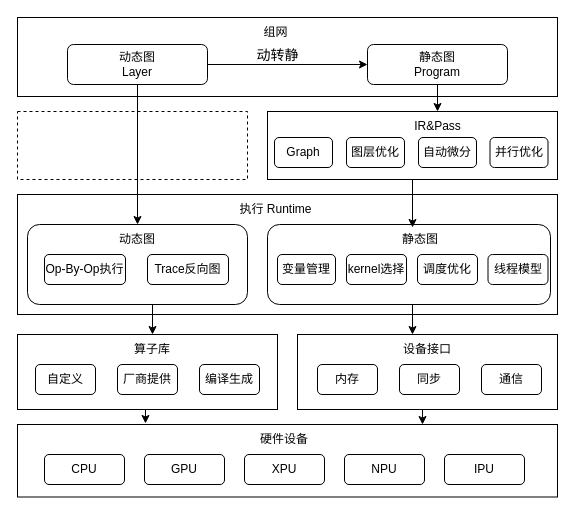
Above: paddle.drawio in zhiqiu/digrams (draw.io), before the change. Source tidied: cells renumbered, new cells numbered last; positions are measured from the earlier drawing's top-left corner, leaving out a move shared by most shapes. Both pictures are drawn from the tidied source at 100%, with x=0, y=0 at pixel (17, 17).
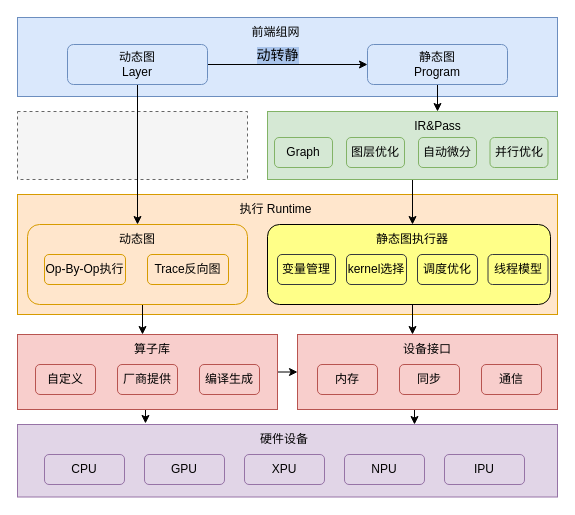
Above is the later version.

Unchanged cells that the change refers to:
```xml
<mxCell id="6" value="算子库" style="text;html=1;strokeColor=none;fillColor=none;align=center;verticalAlign=middle;whiteSpace=wrap;rounded=0;" parent="1" vertex="1">
  <mxGeometry x="105" y="317" width="60" height="30" as="geometry" />
</mxCell>
<mxCell id="38" style="edgeStyle=orthogonalEdgeStyle;rounded=0;jettySize=auto;html=1;exitX=1;exitY=0.5;exitDx=0;exitDy=0;entryX=0;entryY=0.5;entryDx=0;entryDy=0;" parent="1" edge="1" source="41" target="43">
  <mxGeometry relative="1" as="geometry" />
</mxCell>
```

Diff of the diagram source:
```diff
@@
-    <mxCell id="2" style="rounded=0;whiteSpace=wrap;html=1;dashed=1;" parent="1" vertex="1">
+    <mxCell id="2" style="rounded=0;whiteSpace=wrap;html=1;dashed=1;fillColor=#f5f5f5;fontColor=#333333;strokeColor=#666666;" parent="1" vertex="1">
       <mxGeometry y="94" width="230" height="68" as="geometry" />
     </mxCell>
-    <mxCell id="3" style="rounded=0;whiteSpace=wrap;html=1;" parent="1" vertex="1">
+    <mxCell id="3" style="rounded=0;whiteSpace=wrap;html=1;fillColor=#e1d5e7;strokeColor=#9673a6;" parent="1" vertex="1">
       <mxGeometry y="407" width="540" height="72.5" as="geometry" />
     </mxCell>
@@
+    <mxCell id="51" style="edgeStyle=orthogonalEdgeStyle;rounded=0;jettySize=auto;html=1;exitX=1;exitY=0.5;exitDx=0;exitDy=0;entryX=0;entryY=0.5;entryDx=0;entryDy=0;fontSize=14;" parent="1" edge="1" source="5" target="10">
+      <mxGeometry relative="1" as="geometry" />
+    </mxCell>
-    <mxCell id="5" style="rounded=0;whiteSpace=wrap;html=1;" parent="1" vertex="1">
+    <mxCell id="5" style="rounded=0;whiteSpace=wrap;html=1;fillColor=#f8cecc;strokeColor=#b85450;" parent="1" vertex="1">
       <mxGeometry y="317" width="260" height="75" as="geometry" />
     </mxCell>
@@
-    <mxCell id="7" style="rounded=0;whiteSpace=wrap;html=1;" parent="1" vertex="1">
+    <mxCell id="7" style="rounded=0;whiteSpace=wrap;html=1;fillColor=#ffe6cc;strokeColor=#d79b00;" parent="1" vertex="1">
       <mxGeometry y="177" width="540" height="120" as="geometry" />
     </mxCell>
@@
-    <mxCell id="9" style="edgeStyle=orthogonalEdgeStyle;rounded=0;jettySize=auto;html=1;exitX=0.5;exitY=1;exitDx=0;exitDy=0;entryX=0.75;entryY=0;entryDx=0;entryDy=0;fontSize=14;" parent="1" edge="1" source="10" target="3">
-      <mxGeometry relative="1" as="geometry" />
+    <mxCell id="9" style="edgeStyle=orthogonalEdgeStyle;rounded=0;orthogonalLoop=1;jettySize=auto;html=1;exitX=0.5;exitY=1;exitDx=0;exitDy=0;entryX=0.75;entryY=0;entryDx=0;entryDy=0;fontSize=14;" parent="1" edge="1">
+      <mxGeometry relative="1" as="geometry">
+        <mxPoint x="402" y="392" as="sourcePoint" />
+        <mxPoint x="397" y="407" as="targetPoint" />
+      </mxGeometry>
     </mxCell>
-    <mxCell id="10" style="rounded=0;whiteSpace=wrap;html=1;" parent="1" vertex="1">
+    <mxCell id="10" style="rounded=0;whiteSpace=wrap;html=1;fillColor=#f8cecc;strokeColor=#b85450;" parent="1" vertex="1">
       <mxGeometry x="280" y="317" width="260" height="75" as="geometry" />
     </mxCell>
@@
-    <mxCell id="13" value="CPU" style="rounded=1;whiteSpace=wrap;html=1;" parent="1" vertex="1">
+    <mxCell id="13" value="CPU" style="rounded=1;whiteSpace=wrap;html=1;fillColor=#e1d5e7;strokeColor=#9673a6;" parent="1" vertex="1">
       <mxGeometry x="27" y="437" width="80" height="30" as="geometry" />
     </mxCell>
-    <mxCell id="14" value="GPU" style="rounded=1;whiteSpace=wrap;html=1;" parent="1" vertex="1">
+    <mxCell id="14" value="GPU" style="rounded=1;whiteSpace=wrap;html=1;fillColor=#e1d5e7;strokeColor=#9673a6;" parent="1" vertex="1">
       <mxGeometry x="127" y="437" width="80" height="30" as="geometry" />
     </mxCell>
-    <mxCell id="15" value="XPU" style="rounded=1;whiteSpace=wrap;html=1;" parent="1" vertex="1">
+    <mxCell id="15" value="XPU" style="rounded=1;whiteSpace=wrap;html=1;fillColor=#e1d5e7;strokeColor=#9673a6;" parent="1" vertex="1">
       <mxGeometry x="227" y="437" width="80" height="30" as="geometry" />
     </mxCell>
-    <mxCell id="16" value="NPU" style="rounded=1;whiteSpace=wrap;html=1;" parent="1" vertex="1">
+    <mxCell id="16" value="NPU" style="rounded=1;whiteSpace=wrap;html=1;fillColor=#e1d5e7;strokeColor=#9673a6;" parent="1" vertex="1">
       <mxGeometry x="327" y="437" width="80" height="30" as="geometry" />
     </mxCell>
-    <mxCell id="17" value="IPU" style="rounded=1;whiteSpace=wrap;html=1;" parent="1" vertex="1">
+    <mxCell id="17" value="IPU" style="rounded=1;whiteSpace=wrap;html=1;fillColor=#e1d5e7;strokeColor=#9673a6;" parent="1" vertex="1">
       <mxGeometry x="427" y="437" width="80" height="30" as="geometry" />
     </mxCell>
-    <mxCell id="18" value="内存" style="rounded=1;whiteSpace=wrap;html=1;flipH=0;" parent="1" vertex="1">
+    <mxCell id="18" value="内存" style="rounded=1;whiteSpace=wrap;html=1;flipH=0;fillColor=#f8cecc;strokeColor=#b85450;" parent="1" vertex="1">
       <mxGeometry x="300" y="347" width="60" height="30" as="geometry" />
     </mxCell>
-    <mxCell id="19" value="同步" style="rounded=1;whiteSpace=wrap;html=1;flipH=0;" parent="1" vertex="1">
+    <mxCell id="19" value="同步" style="rounded=1;whiteSpace=wrap;html=1;flipH=0;fillColor=#f8cecc;strokeColor=#b85450;" parent="1" vertex="1">
       <mxGeometry x="382" y="347" width="60" height="30" as="geometry" />
     </mxCell>
-    <mxCell id="20" value="通信" style="rounded=1;whiteSpace=wrap;html=1;flipH=0;" parent="1" vertex="1">
+    <mxCell id="20" value="通信" style="rounded=1;whiteSpace=wrap;html=1;flipH=0;fillColor=#f8cecc;strokeColor=#b85450;" parent="1" vertex="1">
       <mxGeometry x="464" y="347" width="60" height="30" as="geometry" />
     </mxCell>
-    <mxCell id="21" value="自定义" style="rounded=1;whiteSpace=wrap;html=1;" parent="1" vertex="1">
+    <mxCell id="21" value="自定义" style="rounded=1;whiteSpace=wrap;html=1;fillColor=#f8cecc;strokeColor=#b85450;" parent="1" vertex="1">
       <mxGeometry x="18" y="347" width="60" height="30" as="geometry" />
     </mxCell>
-    <mxCell id="22" value="厂商提供" style="rounded=1;whiteSpace=wrap;html=1;" parent="1" vertex="1">
+    <mxCell id="22" value="厂商提供" style="rounded=1;whiteSpace=wrap;html=1;fillColor=#f8cecc;strokeColor=#b85450;" parent="1" vertex="1">
       <mxGeometry x="100" y="347" width="60" height="30" as="geometry" />
     </mxCell>
-    <mxCell id="23" value="编译生成" style="rounded=1;whiteSpace=wrap;html=1;" parent="1" vertex="1">
+    <mxCell id="23" value="编译生成" style="rounded=1;whiteSpace=wrap;html=1;fillColor=#f8cecc;strokeColor=#b85450;" parent="1" vertex="1">
       <mxGeometry x="182" y="347" width="60" height="30" as="geometry" />
     </mxCell>
-    <mxCell id="24" style="edgeStyle=orthogonalEdgeStyle;rounded=0;jettySize=auto;html=1;exitX=0.5;exitY=1;exitDx=0;exitDy=0;entryX=0.5;entryY=0;entryDx=0;entryDy=0;fontSize=14;" parent="1" edge="1" source="25" target="6">
-      <mxGeometry relative="1" as="geometry" />
+    <mxCell id="24" style="edgeStyle=orthogonalEdgeStyle;rounded=0;orthogonalLoop=1;jettySize=auto;html=1;exitX=0.5;exitY=1;exitDx=0;exitDy=0;entryX=0.5;entryY=0;entryDx=0;entryDy=0;fontSize=14;" parent="1" edge="1">
+      <mxGeometry relative="1" as="geometry">
+        <mxPoint x="110" y="287" as="sourcePoint" />
+        <mxPoint x="125" y="317" as="targetPoint" />
+      </mxGeometry>
     </mxCell>
-    <mxCell id="25" style="rounded=1;whiteSpace=wrap;html=1;" parent="1" vertex="1">
+    <mxCell id="25" style="rounded=1;whiteSpace=wrap;html=1;fillColor=#ffe6cc;strokeColor=#d79b00;" parent="1" vertex="1">
       <mxGeometry x="10" y="207" width="220" height="80" as="geometry" />
     </mxCell>
@@
-    <mxCell id="28" style="rounded=1;whiteSpace=wrap;html=1;" parent="1" vertex="1">
+    <mxCell id="28" style="rounded=1;whiteSpace=wrap;html=1;fillColor=#ffff88;strokeColor=default;" parent="1" vertex="1">
       <mxGeometry x="250" y="207" width="283" height="80" as="geometry" />
     </mxCell>
-    <mxCell id="29" value="静态图" style="text;html=1;strokeColor=none;fillColor=none;align=center;verticalAlign=middle;whiteSpace=wrap;rounded=0;" parent="1" vertex="1">
-      <mxGeometry x="373" y="207" width="60" height="30" as="geometry" />
+    <mxCell id="29" value="静态图执行器" style="text;html=1;strokeColor=none;fillColor=none;align=center;verticalAlign=middle;whiteSpace=wrap;rounded=0;" parent="1" vertex="1">
+      <mxGeometry x="356" y="207" width="78" height="30" as="geometry" />
     </mxCell>
-    <mxCell id="30" value="变量管理" style="rounded=1;whiteSpace=wrap;html=1;flipH=0;" parent="1" vertex="1">
+    <mxCell id="30" value="变量管理" style="rounded=1;whiteSpace=wrap;html=1;flipH=0;fillColor=#ffff88;strokeColor=#36393d;" parent="1" vertex="1">
       <mxGeometry x="260" y="237" width="58" height="30" as="geometry" />
     </mxCell>
-    <mxCell id="31" value="kernel选择" style="rounded=1;whiteSpace=wrap;html=1;flipH=0;" parent="1" vertex="1">
+    <mxCell id="31" value="kernel选择" style="rounded=1;whiteSpace=wrap;html=1;flipH=0;fillColor=#ffff88;strokeColor=#36393d;fontColor=#000000;" parent="1" vertex="1">
       <mxGeometry x="329" y="237" width="60" height="30" as="geometry" />
     </mxCell>
-    <mxCell id="32" value="调度优化" style="rounded=1;whiteSpace=wrap;html=1;flipH=0;" parent="1" vertex="1">
+    <mxCell id="32" value="调度优化" style="rounded=1;whiteSpace=wrap;html=1;flipH=0;fillColor=#ffff88;strokeColor=#36393d;fontColor=#000000;" parent="1" vertex="1">
       <mxGeometry x="400" y="237" width="60" height="30" as="geometry" />
     </mxCell>
-    <mxCell id="33" value="Op-By-Op执行" style="rounded=1;whiteSpace=wrap;html=1;flipH=0;" parent="1" vertex="1">
+    <mxCell id="33" value="Op-By-Op执行" style="rounded=1;whiteSpace=wrap;html=1;flipH=0;fillColor=#ffe6cc;strokeColor=#d79b00;" parent="1" vertex="1">
       <mxGeometry x="27" y="237" width="81" height="30" as="geometry" />
     </mxCell>
-    <mxCell id="34" value="Trace反向图" style="rounded=1;whiteSpace=wrap;html=1;flipH=0;" parent="1" vertex="1">
+    <mxCell id="34" value="Trace反向图" style="rounded=1;whiteSpace=wrap;html=1;flipH=0;fillColor=#ffe6cc;strokeColor=#d79b00;" parent="1" vertex="1">
       <mxGeometry x="130" y="237" width="81" height="30" as="geometry" />
     </mxCell>
-    <mxCell id="35" value="线程模型" style="rounded=1;whiteSpace=wrap;html=1;flipH=0;" parent="1" vertex="1">
+    <mxCell id="35" value="线程模型" style="rounded=1;whiteSpace=wrap;html=1;flipH=0;fillColor=#ffff88;strokeColor=#36393d;" parent="1" vertex="1">
       <mxGeometry x="470.5" y="237" width="60" height="30" as="geometry" />
     </mxCell>
-    <mxCell id="36" style="rounded=0;whiteSpace=wrap;html=1;" parent="1" vertex="1">
+    <mxCell id="36" style="rounded=0;whiteSpace=wrap;html=1;fillColor=#dae8fc;strokeColor=#6c8ebf;" parent="1" vertex="1">
       <mxGeometry width="540" height="79" as="geometry" />
     </mxCell>
-    <mxCell id="37" value="组网" style="text;html=1;strokeColor=none;fillColor=none;align=center;verticalAlign=middle;whiteSpace=wrap;rounded=0;" parent="1" vertex="1">
+    <mxCell id="37" value="前端组网" style="text;html=1;strokeColor=none;fillColor=none;align=center;verticalAlign=middle;whiteSpace=wrap;rounded=0;" parent="1" vertex="1">
       <mxGeometry x="220" width="77" height="30" as="geometry" />
     </mxCell>
@@
-    <mxCell id="39" value="&lt;font style=&quot;font-size: 14px;&quot;&gt;动转静&lt;/font&gt;" style="edgeLabel;html=1;align=center;verticalAlign=middle;" parent="38" vertex="1">
+    <mxCell id="39" value="&lt;font style=&quot;font-size: 14px;&quot;&gt;动转静&lt;/font&gt;" style="edgeLabel;html=1;align=center;verticalAlign=middle;labelBackgroundColor=#A9C4EB;" parent="38" vertex="1">
       <mxGeometry x="-0.17" y="-1" relative="1" as="geometry">
         <mxPoint x="3" y="-11" as="offset" />
       </mxGeometry>
     </mxCell>
@@
-    <mxCell id="41" value="动态图&lt;br&gt;Layer" style="rounded=1;whiteSpace=wrap;html=1;flipH=0;" parent="1" vertex="1">
+    <mxCell id="41" value="动态图&lt;br&gt;Layer" style="rounded=1;whiteSpace=wrap;html=1;flipH=0;fillColor=#dae8fc;strokeColor=#6c8ebf;" parent="1" vertex="1">
       <mxGeometry x="50" y="27" width="140" height="40" as="geometry" />
     </mxCell>
@@
-    <mxCell id="43" value="静态图&lt;br&gt;Program" style="rounded=1;whiteSpace=wrap;html=1;flipH=0;" parent="1" vertex="1">
+    <mxCell id="43" value="静态图&lt;br&gt;Program" style="rounded=1;whiteSpace=wrap;html=1;flipH=0;fillColor=#dae8fc;strokeColor=#6c8ebf;" parent="1" vertex="1">
       <mxGeometry x="350" y="27" width="140" height="40" as="geometry" />
     </mxCell>
-    <mxCell id="44" style="edgeStyle=orthogonalEdgeStyle;rounded=0;jettySize=auto;html=1;exitX=0.5;exitY=1;exitDx=0;exitDy=0;entryX=0.367;entryY=0.1;entryDx=0;entryDy=0;entryPerimeter=0;fontSize=14;" parent="1" edge="1" source="45" target="29">
+    <mxCell id="44" style="edgeStyle=orthogonalEdgeStyle;rounded=0;jettySize=auto;html=1;exitX=0.5;exitY=1;exitDx=0;exitDy=0;entryX=0.5;entryY=0;entryDx=0;entryDy=0;fontSize=14;" parent="1" edge="1" source="45" target="29">
       <mxGeometry relative="1" as="geometry" />
     </mxCell>
-    <mxCell id="45" style="rounded=0;whiteSpace=wrap;html=1;" parent="1" vertex="1">
+    <mxCell id="45" style="rounded=0;whiteSpace=wrap;html=1;fillColor=#d5e8d4;strokeColor=#82b366;" parent="1" vertex="1">
       <mxGeometry x="250" y="94" width="290" height="68" as="geometry" />
     </mxCell>
@@
-    <mxCell id="47" value="并行优化" style="rounded=1;whiteSpace=wrap;html=1;flipH=0;" parent="1" vertex="1">
+    <mxCell id="47" value="并行优化" style="rounded=1;whiteSpace=wrap;html=1;flipH=0;fillColor=#d5e8d4;strokeColor=#82b366;" parent="1" vertex="1">
       <mxGeometry x="472.5" y="120" width="58" height="30" as="geometry" />
     </mxCell>
-    <mxCell id="48" value="图层优化" style="rounded=1;whiteSpace=wrap;html=1;flipH=0;" parent="1" vertex="1">
+    <mxCell id="48" value="图层优化" style="rounded=1;whiteSpace=wrap;html=1;flipH=0;fillColor=#d5e8d4;strokeColor=#82b366;" parent="1" vertex="1">
       <mxGeometry x="329" y="120" width="58" height="30" as="geometry" />
     </mxCell>
-    <mxCell id="49" value="自动微分" style="rounded=1;whiteSpace=wrap;html=1;flipH=0;" parent="1" vertex="1">
+    <mxCell id="49" value="自动微分" style="rounded=1;whiteSpace=wrap;html=1;flipH=0;fillColor=#d5e8d4;strokeColor=#82b366;" parent="1" vertex="1">
       <mxGeometry x="401" y="120" width="58" height="30" as="geometry" />
     </mxCell>
-    <mxCell id="50" value="Graph" style="rounded=1;whiteSpace=wrap;html=1;flipH=0;" parent="1" vertex="1">
+    <mxCell id="50" value="Graph" style="rounded=1;whiteSpace=wrap;html=1;flipH=0;fillColor=#d5e8d4;strokeColor=#82b366;" parent="1" vertex="1">
       <mxGeometry x="257" y="120" width="58" height="30" as="geometry" />
     </mxCell>
```
